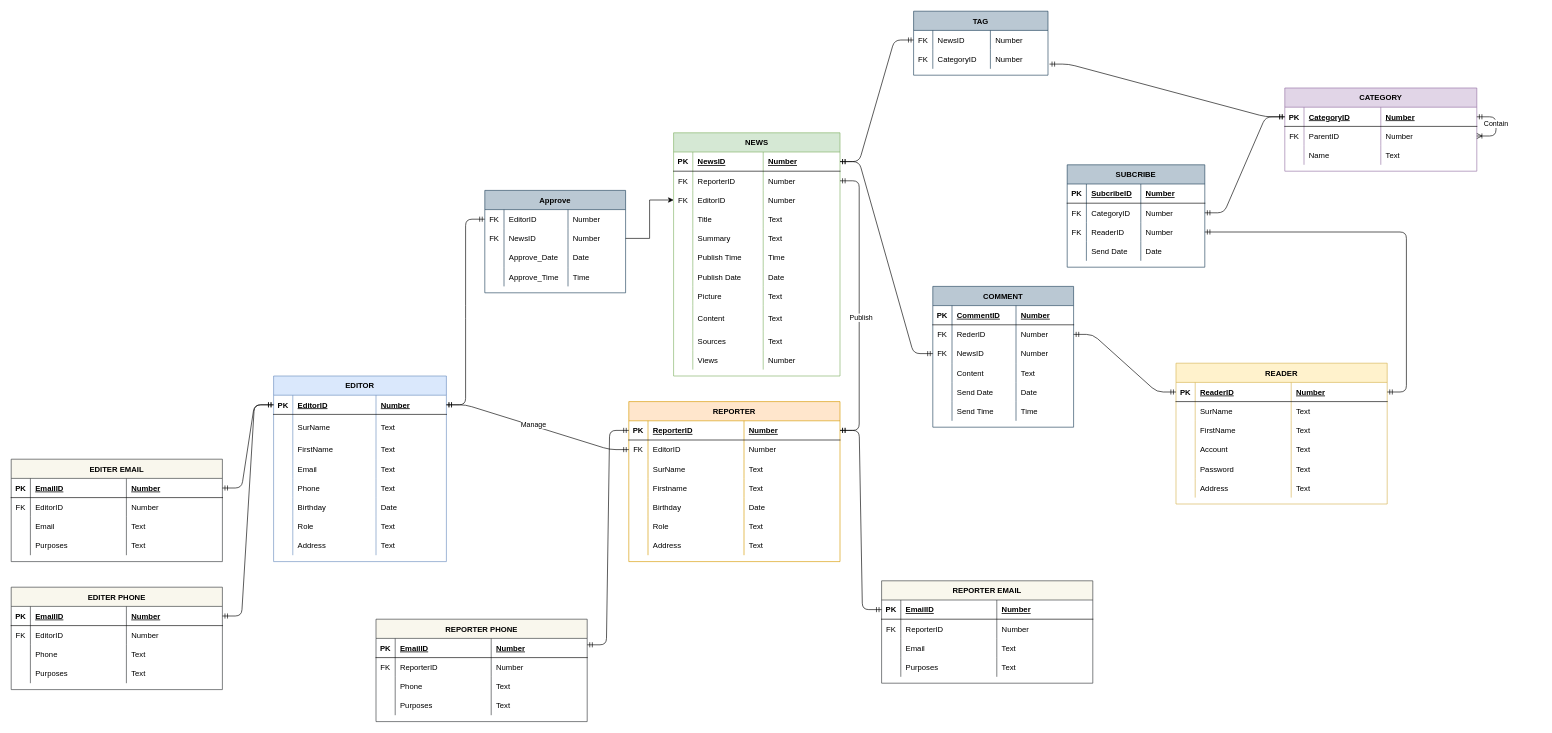
This is page "Commited" (1 of 2) of Logic_chart.drawio from jeremy0612/ENew-DB, a draw.io file, before an edit. Source tidied: cells renumbered, new cells numbered last; positions are measured from the earlier drawing's top-left corner, leaving out a move shared by most shapes. Both pictures are drawn from the tidied source at 64%, with x=0, y=0 at pixel (11, 11).
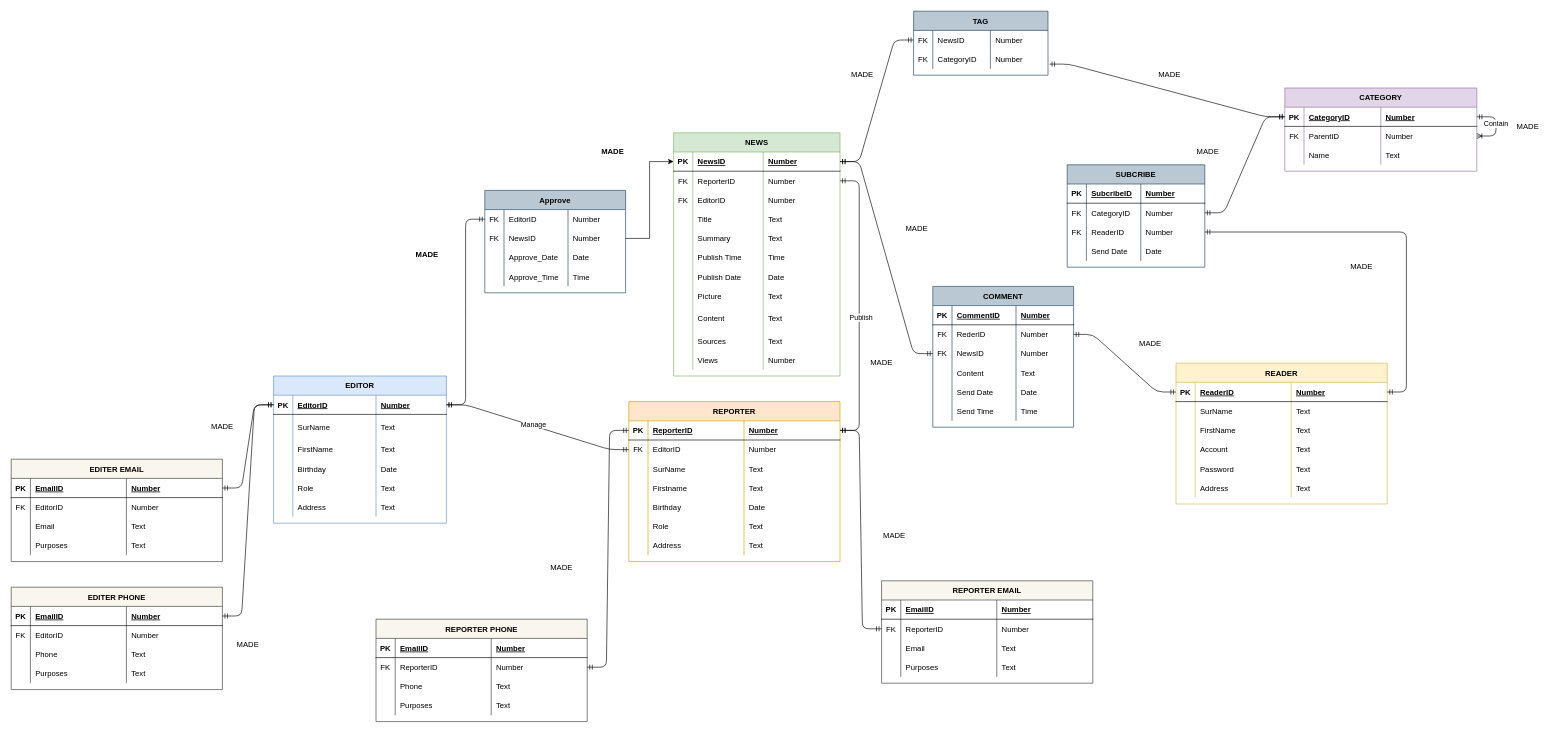
Above is the later version.

Unchanged cells that the change refers to:
```xml
<mxCell id="3" style="shape=partialRectangle;fillColor=none;points=[[0,0.5],[1,0.5]];portConstraint=eastwest;top=0;left=0;right=0;bottom=1;" parent="2" vertex="1">
  <mxGeometry y="30" width="260" height="30" as="geometry" />
</mxCell>
<mxCell id="11" style="shape=partialRectangle;fillColor=none;top=0;left=0;bottom=0;right=0;points=[[0,0.5],[1,0.5]];portConstraint=eastwest;" parent="2" vertex="1">
  <mxGeometry y="90" width="260" height="30" as="geometry" />
</mxCell>
<mxCell id="96" style="shape=partialRectangle;fillColor=none;top=0;left=0;bottom=1;right=0;points=[[0,0.5],[1,0.5]];portConstraint=eastwest;" parent="95" vertex="1">
  <mxGeometry y="30" width="330" height="30" as="geometry" />
</mxCell>
<mxCell id="216" style="shape=partialRectangle;fillColor=none;top=0;left=0;bottom=0;right=0;points=[[0,0.5],[1,0.5]];portConstraint=eastwest;" parent="211" vertex="1">
  <mxGeometry y="60" width="220" height="30" as="geometry" />
</mxCell>
<mxCell id="230" style="shape=partialRectangle;fillColor=none;top=0;left=0;bottom=1;right=0;points=[[0,0.5],[1,0.5]];portConstraint=eastwest;" parent="229" vertex="1">
  <mxGeometry y="30" width="330" height="30" as="geometry" />
</mxCell>
<mxCell id="234" style="shape=partialRectangle;fillColor=none;top=0;left=0;bottom=0;right=0;points=[[0,0.5],[1,0.5]];portConstraint=eastwest;" parent="229" vertex="1">
  <mxGeometry y="60" width="330" height="30" as="geometry" />
</mxCell>
<mxCell id="246" value="REPORTER PHONE" style="shape=table;startSize=30;childLayout=tableLayout;rowLines=0;fontStyle=1;align=center;fillColor=#f9f7ed;strokeColor=#36393d;" parent="1" vertex="1">
  <mxGeometry x="570" y="950" width="330" height="160" as="geometry" />
</mxCell>
<mxCell id="251" style="shape=partialRectangle;fillColor=none;top=0;left=0;bottom=0;right=0;points=[[0,0.5],[1,0.5]];portConstraint=eastwest;" parent="246" vertex="1">
  <mxGeometry y="60" width="330" height="30" as="geometry" />
</mxCell>
```

Change to the diagram source:
```diff
@@
     <mxCell id="62" value="EDITOR" style="shape=table;startSize=30;childLayout=tableLayout;rowLines=0;fontStyle=1;align=center;fillColor=#dae8fc;strokeColor=#6c8ebf;" parent="1" vertex="1">
-      <mxGeometry x="410" y="570" width="270" height="290" as="geometry" />
+      <mxGeometry x="410" y="570" width="270" height="230" as="geometry" />
     </mxCell>
@@
-    <mxCell id="75" style="shape=partialRectangle;fillColor=none;top=0;left=0;bottom=0;right=0;" parent="62" vertex="1">
-      <mxGeometry y="130" width="270" height="30" as="geometry" />
-    </mxCell>
-    <mxCell id="76" style="shape=partialRectangle;fillColor=none;top=0;left=0;bottom=0;right=0;overflow=hidden;" parent="75" vertex="1">
-      <mxGeometry width="30" height="30" as="geometry" />
-    </mxCell>
-    <mxCell id="77" value="Email" style="shape=partialRectangle;fillColor=none;top=0;left=0;bottom=0;right=0;align=left;spacingLeft=6;overflow=hidden;" parent="75" vertex="1">
-      <mxGeometry x="30" width="130" height="30" as="geometry" />
-    </mxCell>
-    <mxCell id="78" value="Text" style="shape=partialRectangle;fillColor=none;top=0;left=0;bottom=0;right=0;align=left;spacingLeft=6;overflow=hidden;" parent="75" vertex="1">
-      <mxGeometry x="160" width="110" height="30" as="geometry" />
-    </mxCell>
-    <mxCell id="79" style="shape=partialRectangle;fillColor=none;top=0;left=0;bottom=0;right=0;" parent="62" vertex="1">
-      <mxGeometry y="160" width="270" height="30" as="geometry" />
-    </mxCell>
-    <mxCell id="80" style="shape=partialRectangle;fillColor=none;top=0;left=0;bottom=0;right=0;overflow=hidden;" parent="79" vertex="1">
-      <mxGeometry width="30" height="30" as="geometry" />
-    </mxCell>
-    <mxCell id="81" value="Phone" style="shape=partialRectangle;fillColor=none;top=0;left=0;bottom=0;right=0;align=left;spacingLeft=6;overflow=hidden;" parent="79" vertex="1">
-      <mxGeometry x="30" width="130" height="30" as="geometry" />
-    </mxCell>
-    <mxCell id="82" value="Text" style="shape=partialRectangle;fillColor=none;top=0;left=0;bottom=0;right=0;align=left;spacingLeft=6;overflow=hidden;" parent="79" vertex="1">
-      <mxGeometry x="160" width="110" height="30" as="geometry" />
-    </mxCell>
     <mxCell id="83" style="shape=partialRectangle;fillColor=none;top=0;left=0;bottom=0;right=0;" parent="62" vertex="1">
-      <mxGeometry y="190" width="270" height="30" as="geometry" />
+      <mxGeometry y="130" width="270" height="30" as="geometry" />
     </mxCell>
@@
     <mxCell id="87" style="shape=partialRectangle;fillColor=none;top=0;left=0;bottom=0;right=0;" parent="62" vertex="1">
-      <mxGeometry y="220" width="270" height="30" as="geometry" />
+      <mxGeometry y="160" width="270" height="30" as="geometry" />
     </mxCell>
@@
     <mxCell id="91" style="shape=partialRectangle;fillColor=none;top=0;left=0;bottom=0;right=0;" parent="62" vertex="1">
-      <mxGeometry y="250" width="270" height="30" as="geometry" />
+      <mxGeometry y="190" width="270" height="30" as="geometry" />
     </mxCell>
@@
-    <mxCell id="228" style="edgeStyle=orthogonalEdgeStyle;rounded=0;jettySize=auto;html=1;exitX=1;exitY=0.5;exitDx=0;exitDy=0;entryX=0;entryY=0.5;entryDx=0;entryDy=0;" parent="1" edge="1" source="216" target="11">
+    <mxCell id="228" style="edgeStyle=orthogonalEdgeStyle;rounded=0;jettySize=auto;html=1;exitX=1;exitY=0.5;exitDx=0;exitDy=0;entryX=0;entryY=0.5;entryDx=0;entryDy=0;" parent="1" edge="1" source="216" target="3">
       <mxGeometry relative="1" as="geometry" />
     </mxCell>
@@
-    <mxCell id="263" style="edgeStyle=entityRelationEdgeStyle;fontSize=12;html=1;endArrow=ERmandOne;startArrow=ERmandOne;entryX=0;entryY=0.5;entryDx=0;entryDy=0;exitX=1;exitY=0.5;exitDx=0;exitDy=0;" parent="1" edge="1" source="96" target="230">
+    <mxCell id="263" style="edgeStyle=entityRelationEdgeStyle;fontSize=12;html=1;endArrow=ERmandOne;startArrow=ERmandOne;entryX=0;entryY=0.5;entryDx=0;entryDy=0;exitX=1;exitY=0.5;exitDx=0;exitDy=0;" parent="1" edge="1" source="96" target="234">
       <mxGeometry relative="1" as="geometry" />
     </mxCell>
-    <mxCell id="264" style="edgeStyle=entityRelationEdgeStyle;fontSize=12;html=1;endArrow=ERmandOne;startArrow=ERmandOne;entryX=0;entryY=0.5;entryDx=0;entryDy=0;exitX=1;exitY=0.25;exitDx=0;exitDy=0;" parent="1" edge="1" source="246" target="96">
+    <mxCell id="264" style="edgeStyle=entityRelationEdgeStyle;fontSize=12;html=1;endArrow=ERmandOne;startArrow=ERmandOne;entryX=0;entryY=0.5;entryDx=0;entryDy=0;exitX=1;exitY=0.5;exitDx=0;exitDy=0;" parent="1" edge="1" source="251" target="96">
       <mxGeometry relative="1" as="geometry" />
     </mxCell>
@@
+    <mxCell id="301" value="MADE&lt;br&gt;" style="text;html=1;strokeColor=none;fillColor=none;align=center;verticalAlign=middle;whiteSpace=wrap;rounded=0;" parent="1" vertex="1">
+      <mxGeometry x="2350" y="170" width="40" height="20" as="geometry" />
+    </mxCell>
+    <mxCell id="302" value="MADE&lt;br&gt;" style="text;html=1;strokeColor=none;fillColor=none;align=center;verticalAlign=middle;whiteSpace=wrap;rounded=0;" parent="1" vertex="1">
+      <mxGeometry x="1790" y="90" width="40" height="20" as="geometry" />
+    </mxCell>
+    <mxCell id="303" value="MADE&lt;br&gt;" style="text;html=1;strokeColor=none;fillColor=none;align=center;verticalAlign=middle;whiteSpace=wrap;rounded=0;" parent="1" vertex="1">
+      <mxGeometry x="1310" y="90" width="40" height="20" as="geometry" />
+    </mxCell>
+    <mxCell id="304" value="MADE&lt;br&gt;" style="text;html=1;strokeColor=none;fillColor=none;align=center;verticalAlign=middle;whiteSpace=wrap;rounded=0;" parent="1" vertex="1">
+      <mxGeometry x="1850" y="210" width="40" height="20" as="geometry" />
+    </mxCell>
+    <mxCell id="305" value="MADE&lt;br&gt;" style="text;html=1;strokeColor=none;fillColor=none;align=center;verticalAlign=middle;whiteSpace=wrap;rounded=0;" parent="1" vertex="1">
+      <mxGeometry x="2090" y="390" width="40" height="20" as="geometry" />
+    </mxCell>
+    <mxCell id="306" value="MADE&lt;br&gt;" style="text;html=1;strokeColor=none;fillColor=none;align=center;verticalAlign=middle;whiteSpace=wrap;rounded=0;" parent="1" vertex="1">
+      <mxGeometry x="1760" y="510" width="40" height="20" as="geometry" />
+    </mxCell>
+    <mxCell id="307" value="MADE&lt;br&gt;" style="text;html=1;strokeColor=none;fillColor=none;align=center;verticalAlign=middle;whiteSpace=wrap;rounded=0;" parent="1" vertex="1">
+      <mxGeometry x="1395" y="330" width="40" height="20" as="geometry" />
+    </mxCell>
+    <mxCell id="308" value="MADE&lt;br&gt;" style="text;html=1;strokeColor=none;fillColor=none;align=center;verticalAlign=middle;whiteSpace=wrap;rounded=0;fontStyle=1;" parent="1" vertex="1">
+      <mxGeometry x="920" y="210" width="40" height="20" as="geometry" />
+    </mxCell>
+    <mxCell id="309" value="MADE&lt;br&gt;" style="text;html=1;strokeColor=none;fillColor=none;align=center;verticalAlign=middle;whiteSpace=wrap;rounded=0;fontStyle=1;" parent="1" vertex="1">
+      <mxGeometry x="630" y="370" width="40" height="20" as="geometry" />
+    </mxCell>
+    <mxCell id="310" value="MADE&lt;br&gt;" style="text;html=1;strokeColor=none;fillColor=none;align=center;verticalAlign=middle;whiteSpace=wrap;rounded=0;" parent="1" vertex="1">
+      <mxGeometry x="1340" y="540" width="40" height="20" as="geometry" />
+    </mxCell>
+    <mxCell id="311" value="MADE&lt;br&gt;" style="text;html=1;strokeColor=none;fillColor=none;align=center;verticalAlign=middle;whiteSpace=wrap;rounded=0;" parent="1" vertex="1">
+      <mxGeometry x="1360" y="810" width="40" height="20" as="geometry" />
+    </mxCell>
+    <mxCell id="312" value="MADE&lt;br&gt;" style="text;html=1;strokeColor=none;fillColor=none;align=center;verticalAlign=middle;whiteSpace=wrap;rounded=0;" parent="1" vertex="1">
+      <mxGeometry x="840" y="860" width="40" height="20" as="geometry" />
+    </mxCell>
+    <mxCell id="313" value="MADE&lt;br&gt;" style="text;html=1;strokeColor=none;fillColor=none;align=center;verticalAlign=middle;whiteSpace=wrap;rounded=0;" parent="1" vertex="1">
+      <mxGeometry x="310" y="640" width="40" height="20" as="geometry" />
+    </mxCell>
+    <mxCell id="314" value="MADE&lt;br&gt;" style="text;html=1;strokeColor=none;fillColor=none;align=center;verticalAlign=middle;whiteSpace=wrap;rounded=0;" parent="1" vertex="1">
+      <mxGeometry x="350" y="980" width="40" height="20" as="geometry" />
+    </mxCell>
```
